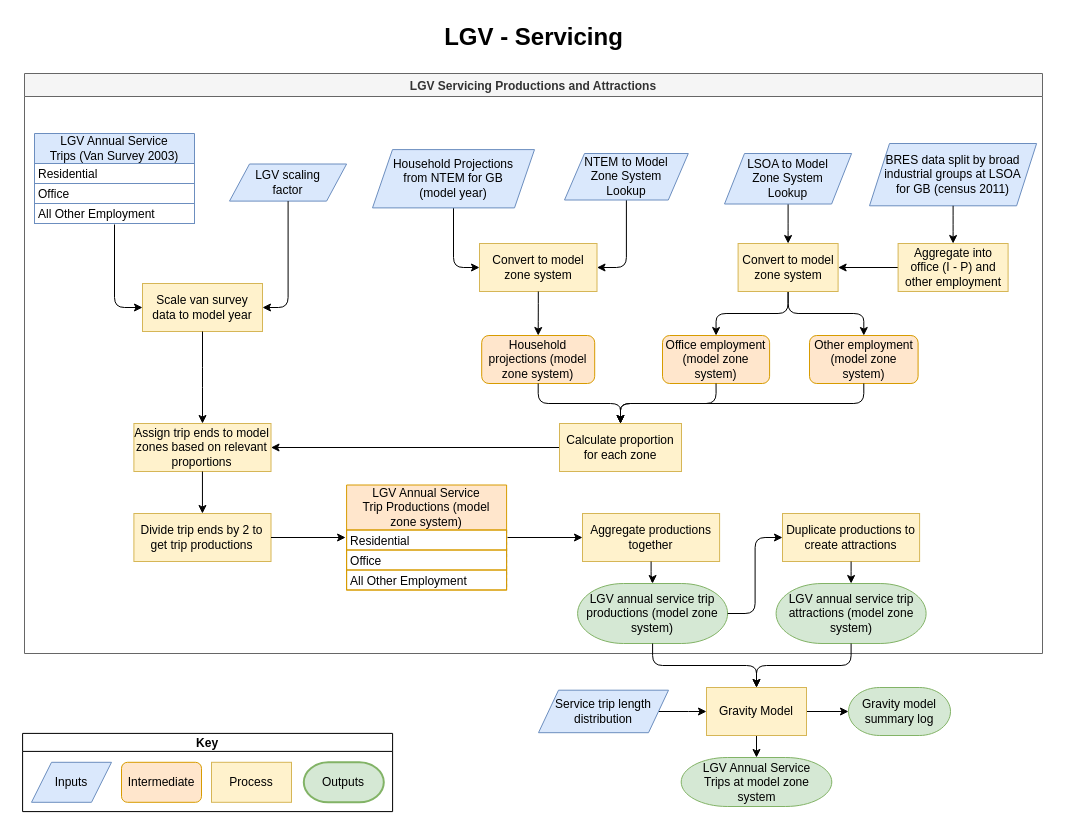
Transport-for-the-North/caf.van keeps this draw.io diagram as page "Servicing" (1 of 6) of docs/LGV_methodology.drawio. Above is the earlier version. Source tidied: cells renumbered, new cells numbered last; positions are measured from the earlier drawing's top-left corner, leaving out a move shared by most shapes. Both pictures are drawn from the tidied source at 100%, with x=0, y=0 at pixel (17, 17).
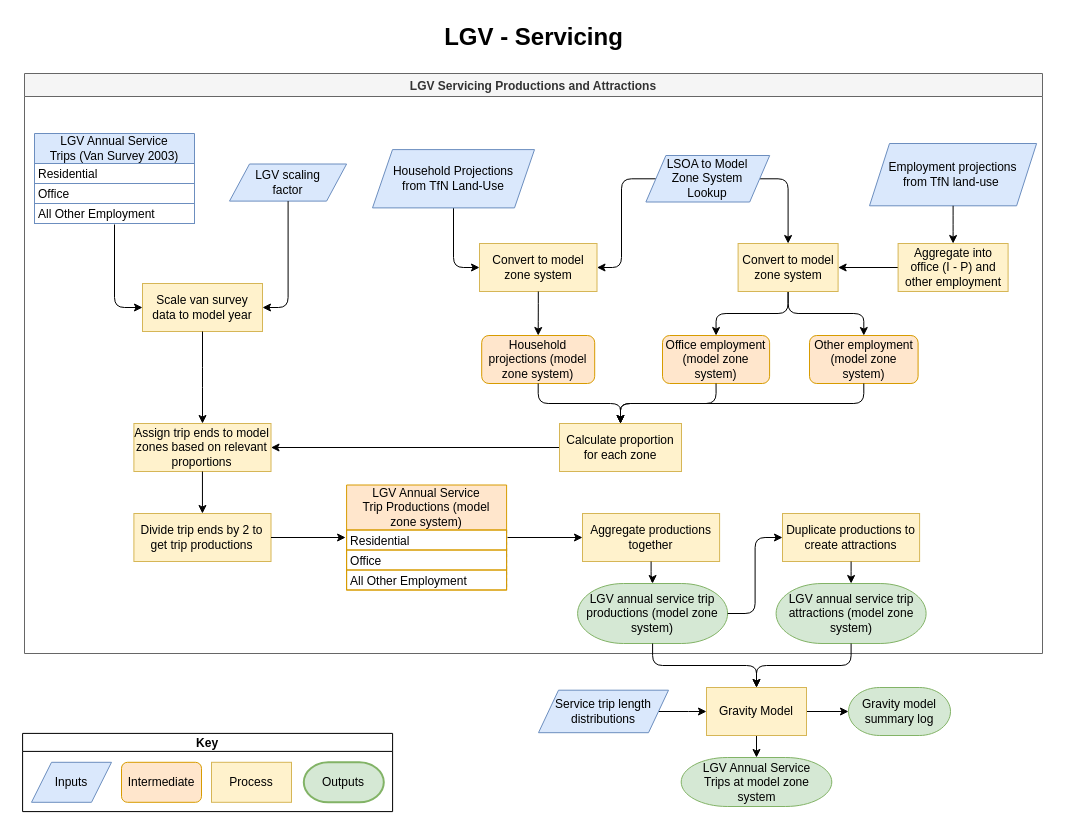
The same diagram, later.

Unchanged cells that the change refers to:
```xml
<mxCell id="2" value="LGV Servicing Productions and Attractions" style="swimlane;labelBackgroundColor=none;fillColor=#f5f5f5;strokeColor=#666666;fontColor=#333333;" parent="1" vertex="1">
  <mxGeometry x="7" y="56" width="1018" height="580" as="geometry" />
</mxCell>
<mxCell id="48" value="Convert to model zone system" style="rounded=0;whiteSpace=wrap;html=1;shadow=0;glass=0;labelBackgroundColor=none;comic=0;sketch=0;strokeColor=#d6b656;strokeWidth=1;fillColor=#fff2cc;fontSize=12;" parent="2" vertex="1">
  <mxGeometry x="713.6" y="170" width="100" height="48" as="geometry" />
</mxCell>
```

The edit, as a diff of the source:
```diff
@@
-    <mxCell id="4" value="BRES data split by broad industrial groups at LSOA for GB (census 2011)" style="shape=parallelogram;perimeter=parallelogramPerimeter;whiteSpace=wrap;fixedSize=1;rounded=0;shadow=0;glass=0;labelBackgroundColor=none;comic=0;sketch=0;strokeColor=#6c8ebf;strokeWidth=1;fillColor=#dae8fc;fontSize=12;spacingRight=10;spacingLeft=10;html=1;" parent="2" vertex="1">
+    <mxCell id="4" value="Employment projections from TfN land-use&amp;nbsp;" style="shape=parallelogram;perimeter=parallelogramPerimeter;whiteSpace=wrap;fixedSize=1;rounded=0;shadow=0;glass=0;labelBackgroundColor=none;comic=0;sketch=0;strokeColor=#6c8ebf;strokeWidth=1;fillColor=#dae8fc;fontSize=12;spacingRight=10;spacingLeft=10;html=1;" parent="2" vertex="1">
       <mxGeometry x="845" y="70" width="167.1" height="62.3" as="geometry" />
     </mxCell>
@@
+    <mxCell id="66" style="edgeStyle=orthogonalEdgeStyle;rounded=1;jettySize=auto;html=1;entryX=0.5;entryY=0;entryDx=0;entryDy=0;curved=0;" parent="2" edge="1" source="43" target="48">
+      <mxGeometry relative="1" as="geometry">
+        <Array as="points">
+          <mxPoint x="764" y="105" />
+        </Array>
+      </mxGeometry>
+    </mxCell>
-    <mxCell id="43" value="NTEM to Model Zone System Lookup" style="shape=parallelogram;perimeter=parallelogramPerimeter;whiteSpace=wrap;html=1;fixedSize=1;rounded=0;shadow=0;glass=0;labelBackgroundColor=none;comic=0;sketch=0;strokeColor=#6c8ebf;strokeWidth=1;fillColor=#dae8fc;fontSize=12;spacingRight=10;spacingLeft=10;" parent="2" vertex="1">
-      <mxGeometry x="540" y="80" width="123.8" height="46.5" as="geometry" />
+    <mxCell id="43" value="LSOA to Model Zone System Lookup" style="shape=parallelogram;perimeter=parallelogramPerimeter;whiteSpace=wrap;html=1;fixedSize=1;rounded=0;shadow=0;glass=0;labelBackgroundColor=none;comic=0;sketch=0;strokeColor=#6c8ebf;strokeWidth=1;fillColor=#dae8fc;fontSize=12;spacingRight=10;spacingLeft=10;" parent="2" vertex="1">
+      <mxGeometry x="621.4" y="82" width="123.8" height="46.5" as="geometry" />
     </mxCell>
-    <mxCell id="44" style="edgeStyle=orthogonalEdgeStyle;rounded=1;jettySize=auto;html=1;" parent="2" edge="1" source="45" target="48">
-      <mxGeometry relative="1" as="geometry" />
-    </mxCell>
-    <mxCell id="45" value="LSOA to Model Zone System Lookup" style="shape=parallelogram;perimeter=parallelogramPerimeter;whiteSpace=wrap;html=1;fixedSize=1;rounded=0;shadow=0;glass=0;labelBackgroundColor=none;comic=0;sketch=0;strokeColor=#6c8ebf;strokeWidth=1;fillColor=#dae8fc;fontSize=12;spacingRight=10;spacingLeft=10;" parent="2" vertex="1">
-      <mxGeometry x="700" y="80" width="127.1" height="50.5" as="geometry" />
-    </mxCell>
@@
-    <mxCell id="50" value="Household Projections from NTEM for GB (model year)" style="shape=parallelogram;perimeter=parallelogramPerimeter;whiteSpace=wrap;html=1;fixedSize=1;rounded=0;shadow=0;glass=0;labelBackgroundColor=none;comic=0;sketch=0;strokeColor=#6c8ebf;strokeWidth=1;fillColor=#dae8fc;fontSize=12;spacingRight=15;spacingLeft=15;" parent="2" vertex="1">
+    <mxCell id="50" value="Household Projections from TfN Land-Use" style="shape=parallelogram;perimeter=parallelogramPerimeter;whiteSpace=wrap;html=1;fixedSize=1;rounded=0;shadow=0;glass=0;labelBackgroundColor=none;comic=0;sketch=0;strokeColor=#6c8ebf;strokeWidth=1;fillColor=#dae8fc;fontSize=12;spacingRight=15;spacingLeft=15;" parent="2" vertex="1">
       <mxGeometry x="348" y="76.1" width="162" height="58.3" as="geometry" />
     </mxCell>
@@
-    <mxCell id="65" value="Service trip length distribution" style="shape=parallelogram;perimeter=parallelogramPerimeter;whiteSpace=wrap;html=1;fixedSize=1;rounded=0;shadow=0;glass=0;labelBackgroundColor=none;comic=0;sketch=0;strokeColor=#6c8ebf;strokeWidth=1;fillColor=#dae8fc;fontSize=12;spacingRight=10;spacingLeft=10;" parent="1" vertex="1">
+    <mxCell id="65" value="Service trip length distributions" style="shape=parallelogram;perimeter=parallelogramPerimeter;whiteSpace=wrap;html=1;fixedSize=1;rounded=0;shadow=0;glass=0;labelBackgroundColor=none;comic=0;sketch=0;strokeColor=#6c8ebf;strokeWidth=1;fillColor=#dae8fc;fontSize=12;spacingRight=10;spacingLeft=10;" parent="1" vertex="1">
       <mxGeometry x="521" y="672.7" width="130" height="42.5" as="geometry" />
     </mxCell>
```
